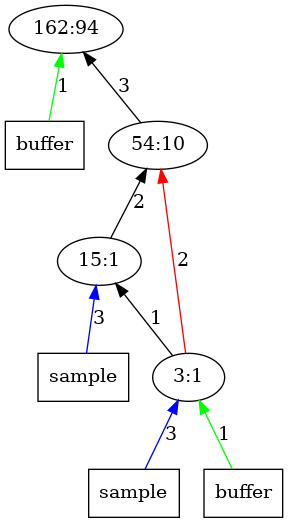
Earlier version of the Graphviz export outputImages/op94.png.png (AbhikKhan/MTP_IITG). Its source is kept beside it as outputTrees/op94.dot.
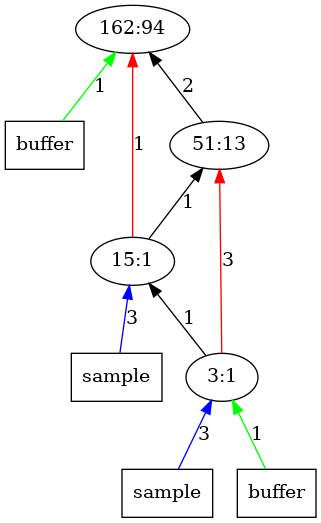
The same diagram one commit later.

What changed in the source:
```diff
@@ -3,14 +3,15 @@
 	x12 -> 1 [label = "1", color = "green"];
 	x12 [label = "buffer", shape = "box"];
 	1 [label = "162:94"];
-	2 -> 1 [label = "3", color = "black"];
-	2 [label = "54:10"];
-	3 -> 2 [label = "2", color = "black"];
+	2 -> 1 [label = "2", color = "black"];
+	2 [label = "51:13"];
+	3 -> 2 [label = "1", color = "black"];
+	3 -> 1 [label = "1", color = "red"];
 	x31 -> 3 [label = "3", color = "blue"];
 	x31 [label = "sample", shape = "box"];
 	3 [label = "15:1"];
 	4 -> 3 [label = "1", color = "black"];
-	4 -> 2 [label = "2", color = "red"];
+	4 -> 2 [label = "3", color = "red"];
 	x41 -> 4 [label = "3", color = "blue"];
 	x41 [label = "sample", shape = "box"];
 	x42 -> 4 [label = "1", color = "green"];
```
